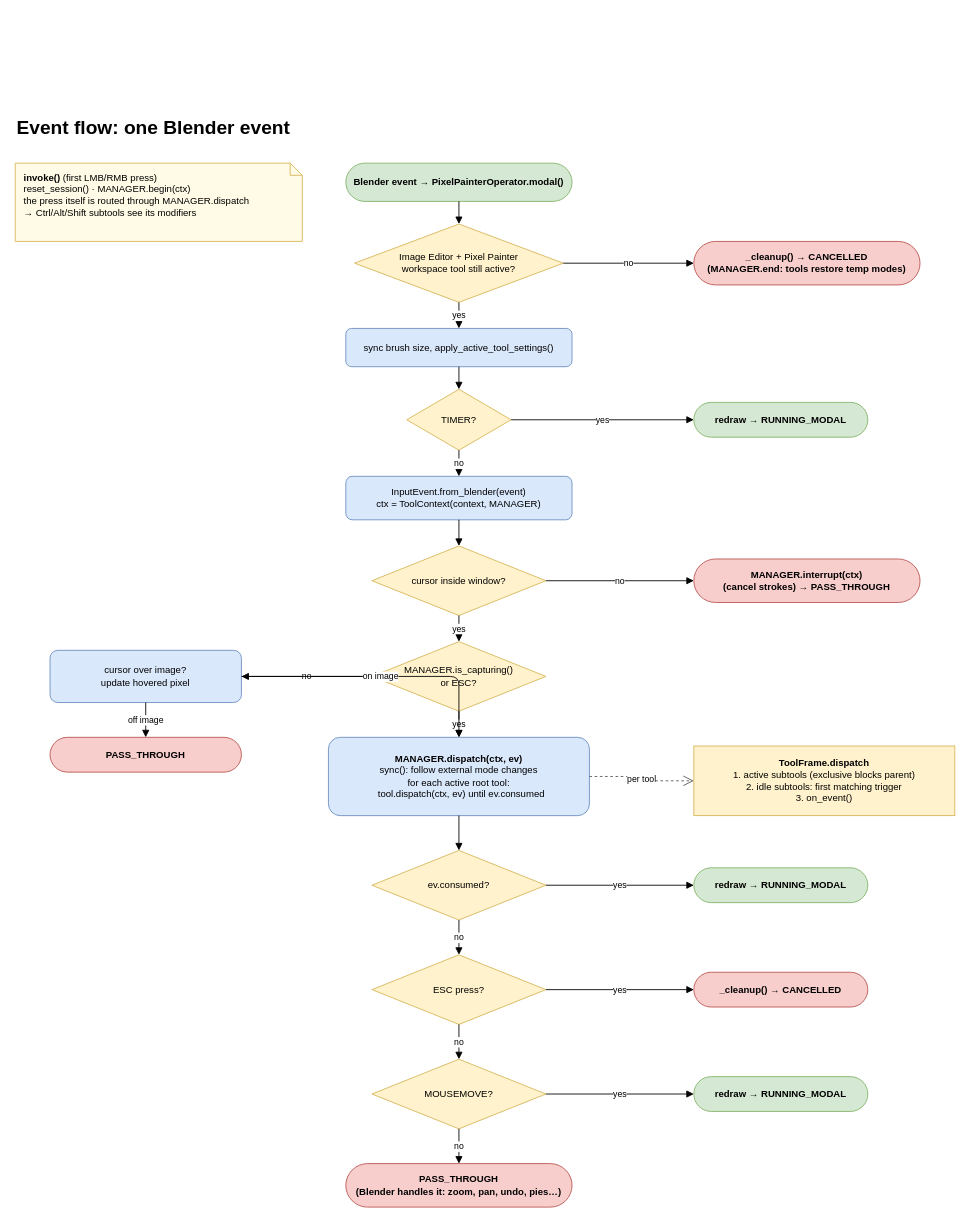
Earlier version of the draw.io diagram page "Event Flow" (4 of 4) of Architecture.drawio (AnimefanPostUP/APU_PixelPainter). Source tidied: cells renumbered, new cells numbered last; positions are measured from the earlier drawing's top-left corner, leaving out a move shared by most shapes. Both pictures are drawn from the tidied source at 87%, with x=0, y=0 at pixel (15, 110).
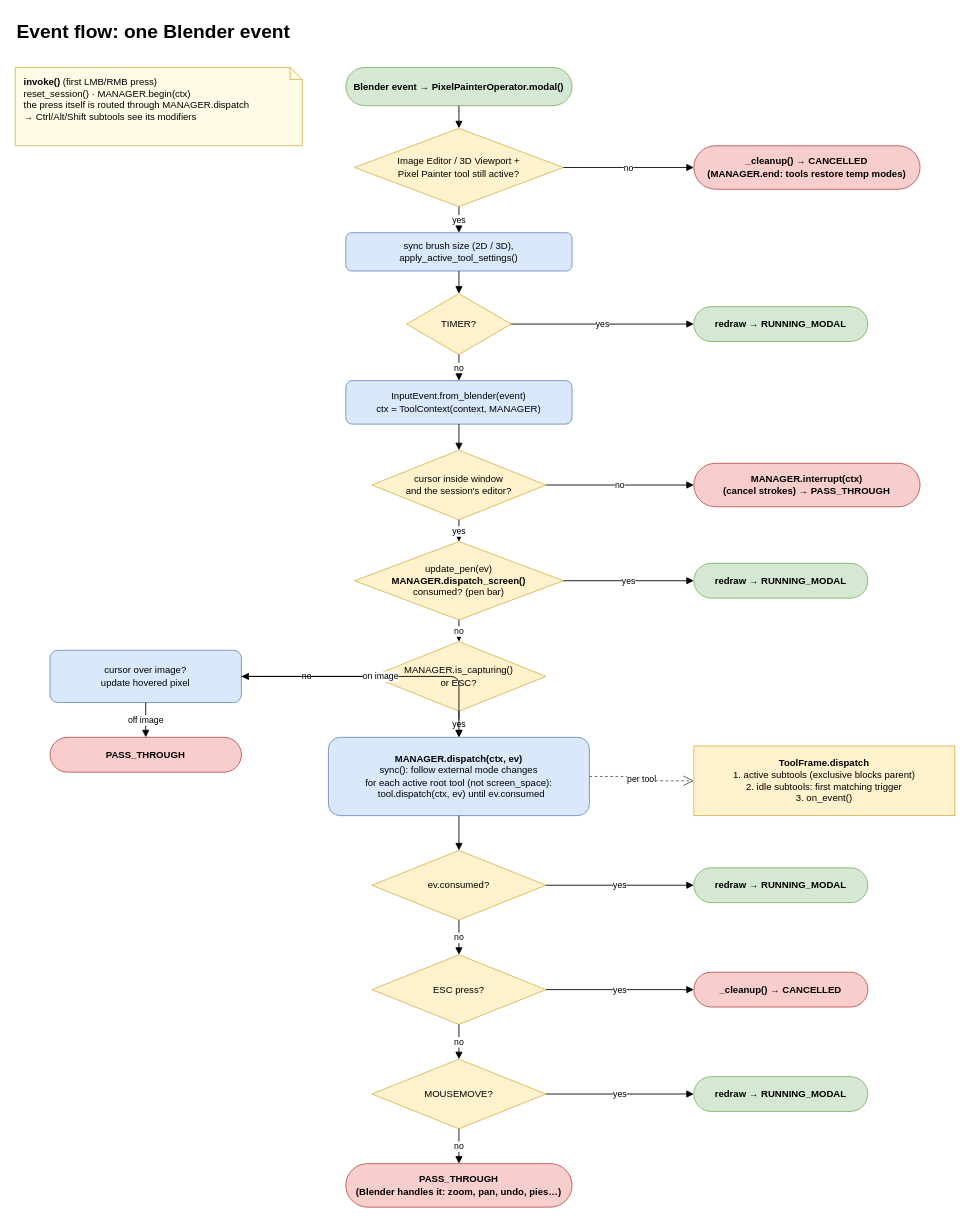
The same diagram, later.

Unchanged cells that the change refers to:
```xml
<mxCell id="12" value="MANAGER.is_capturing()&lt;br&gt;or ESC?" style="rhombus;whiteSpace=wrap;html=1;fillColor=#fff2cc;strokeColor=#d6b656;fontSize=11;" parent="1" vertex="1">
  <mxGeometry x="410" y="610" width="200" height="80" as="geometry" />
</mxCell>
```

Diff of the diagram source:
```diff
@@
     <mxCell id="2" value="Event flow: one Blender event" style="text;html=1;fontSize=22;fontStyle=1;align=left;verticalAlign=middle;" parent="1" vertex="1">
-      <mxGeometry width="800" height="40" as="geometry" />
+      <mxGeometry y="-110" width="800" height="40" as="geometry" />
     </mxCell>
     <mxCell id="3" value="Blender event → PixelPainterOperator.modal()" style="rounded=1;arcSize=50;whiteSpace=wrap;html=1;fillColor=#d5e8d4;strokeColor=#82b366;fontSize=11;fontStyle=1;" parent="1" vertex="1">
-      <mxGeometry x="380" y="60" width="260" height="44" as="geometry" />
+      <mxGeometry x="380" y="-50" width="260" height="44" as="geometry" />
     </mxCell>
-    <mxCell id="4" value="Image Editor + Pixel Painter&lt;br&gt;workspace tool still active?" style="rhombus;whiteSpace=wrap;html=1;fillColor=#fff2cc;strokeColor=#d6b656;fontSize=11;" parent="1" vertex="1">
-      <mxGeometry x="390" y="130" width="240" height="90" as="geometry" />
+    <mxCell id="4" value="Image Editor / 3D Viewport +&lt;br&gt;Pixel Painter tool still active?" style="rhombus;whiteSpace=wrap;html=1;fillColor=#fff2cc;strokeColor=#d6b656;fontSize=11;" parent="1" vertex="1">
+      <mxGeometry x="390" y="20" width="240" height="90" as="geometry" />
     </mxCell>
     <mxCell id="5" value="_cleanup() → CANCELLED&lt;br&gt;(MANAGER.end: tools restore temp modes)" style="rounded=1;arcSize=50;whiteSpace=wrap;html=1;fillColor=#f8cecc;strokeColor=#b85450;fontSize=11;fontStyle=1;" parent="1" vertex="1">
-      <mxGeometry x="780" y="150" width="260" height="50" as="geometry" />
+      <mxGeometry x="780" y="40" width="260" height="50" as="geometry" />
     </mxCell>
-    <mxCell id="6" value="sync brush size, apply_active_tool_settings()" style="rounded=1;whiteSpace=wrap;html=1;fillColor=#dae8fc;strokeColor=#6c8ebf;fontSize=11;" parent="1" vertex="1">
-      <mxGeometry x="380" y="250" width="260" height="44" as="geometry" />
+    <mxCell id="6" value="sync brush size (2D / 3D), apply_active_tool_settings()" style="rounded=1;whiteSpace=wrap;html=1;fillColor=#dae8fc;strokeColor=#6c8ebf;fontSize=11;" parent="1" vertex="1">
+      <mxGeometry x="380" y="140" width="260" height="44" as="geometry" />
     </mxCell>
     <mxCell id="7" value="TIMER?" style="rhombus;whiteSpace=wrap;html=1;fillColor=#fff2cc;strokeColor=#d6b656;fontSize=11;" parent="1" vertex="1">
-      <mxGeometry x="450" y="320" width="120" height="70" as="geometry" />
+      <mxGeometry x="450" y="210" width="120" height="70" as="geometry" />
     </mxCell>
     <mxCell id="8" value="redraw → RUNNING_MODAL" style="rounded=1;arcSize=50;whiteSpace=wrap;html=1;fillColor=#d5e8d4;strokeColor=#82b366;fontSize=11;fontStyle=1;" parent="1" vertex="1">
-      <mxGeometry x="780" y="335" width="200" height="40" as="geometry" />
+      <mxGeometry x="780" y="225" width="200" height="40" as="geometry" />
     </mxCell>
     <mxCell id="9" value="InputEvent.from_blender(event)&lt;br&gt;ctx = ToolContext(context, MANAGER)" style="rounded=1;whiteSpace=wrap;html=1;fillColor=#dae8fc;strokeColor=#6c8ebf;fontSize=11;" parent="1" vertex="1">
-      <mxGeometry x="380" y="420" width="260" height="50" as="geometry" />
+      <mxGeometry x="380" y="310" width="260" height="50" as="geometry" />
     </mxCell>
-    <mxCell id="10" value="cursor inside window?" style="rhombus;whiteSpace=wrap;html=1;fillColor=#fff2cc;strokeColor=#d6b656;fontSize=11;" parent="1" vertex="1">
-      <mxGeometry x="410" y="500" width="200" height="80" as="geometry" />
+    <mxCell id="10" value="cursor inside window&lt;br&gt;and the session's editor?" style="rhombus;whiteSpace=wrap;html=1;fillColor=#fff2cc;strokeColor=#d6b656;fontSize=11;" parent="1" vertex="1">
+      <mxGeometry x="410" y="390" width="200" height="80" as="geometry" />
     </mxCell>
     <mxCell id="11" value="MANAGER.interrupt(ctx)&lt;br&gt;(cancel strokes) → PASS_THROUGH" style="rounded=1;arcSize=50;whiteSpace=wrap;html=1;fillColor=#f8cecc;strokeColor=#b85450;fontSize=11;fontStyle=1;" parent="1" vertex="1">
-      <mxGeometry x="780" y="515" width="260" height="50" as="geometry" />
+      <mxGeometry x="780" y="405" width="260" height="50" as="geometry" />
     </mxCell>
@@
-    <mxCell id="15" value="&lt;b&gt;MANAGER.dispatch(ctx, ev)&lt;/b&gt;&lt;br&gt;sync(): follow external mode changes&lt;br&gt;for each active root tool:&lt;br&gt;&amp;nbsp;&amp;nbsp;tool.dispatch(ctx, ev) until ev.consumed" style="rounded=1;whiteSpace=wrap;html=1;fillColor=#dae8fc;strokeColor=#6c8ebf;fontSize=11;" parent="1" vertex="1">
+    <mxCell id="15" value="&lt;b&gt;MANAGER.dispatch(ctx, ev)&lt;/b&gt;&lt;br&gt;sync(): follow external mode changes&lt;br&gt;for each active root tool (not screen_space):&lt;br&gt;&amp;nbsp;&amp;nbsp;tool.dispatch(ctx, ev) until ev.consumed" style="rounded=1;whiteSpace=wrap;html=1;fillColor=#dae8fc;strokeColor=#6c8ebf;fontSize=11;" parent="1" vertex="1">
       <mxGeometry x="360" y="720" width="300" height="90" as="geometry" />
     </mxCell>
@@
-    <mxCell id="32" value="yes" style="endArrow=block;endFill=1;html=1;edgeStyle=orthogonalEdgeStyle;rounded=1;fontSize=10;" parent="1" edge="1" source="10" target="12">
+    <mxCell id="32" value="yes" style="endArrow=block;endFill=1;html=1;edgeStyle=orthogonalEdgeStyle;rounded=1;fontSize=10;" parent="1" edge="1" source="10" target="46">
       <mxGeometry relative="1" as="geometry" />
     </mxCell>
@@
     <mxCell id="45" value="&lt;b&gt;invoke()&lt;/b&gt; (first LMB/RMB press)&lt;br&gt;reset_session() · MANAGER.begin(ctx)&lt;br&gt;the press itself is routed through MANAGER.dispatch&lt;br&gt;→ Ctrl/Alt/Shift subtools see its modifiers" style="shape=note;whiteSpace=wrap;html=1;size=14;fillColor=#fffbe6;strokeColor=#d6b656;align=left;verticalAlign=top;spacingLeft=8;spacingTop=4;fontSize=11;" parent="1" vertex="1">
-      <mxGeometry y="60" width="330" height="90" as="geometry" />
+      <mxGeometry y="-50" width="330" height="90" as="geometry" />
     </mxCell>
+    <mxCell id="46" value="update_pen(ev)&lt;br&gt;&lt;b&gt;MANAGER.dispatch_screen()&lt;/b&gt;&lt;br&gt;consumed? (pen bar)" style="rhombus;whiteSpace=wrap;html=1;fillColor=#fff2cc;strokeColor=#d6b656;fontSize=11;" parent="1" vertex="1">
+      <mxGeometry x="390" y="495" width="240" height="90" as="geometry" />
+    </mxCell>
+    <mxCell id="47" value="redraw → RUNNING_MODAL" style="rounded=1;arcSize=50;whiteSpace=wrap;html=1;fillColor=#d5e8d4;strokeColor=#82b366;fontSize=11;fontStyle=1;" parent="1" vertex="1">
+      <mxGeometry x="780" y="520" width="200" height="40" as="geometry" />
+    </mxCell>
+    <mxCell id="48" value="yes" style="endArrow=block;endFill=1;html=1;edgeStyle=orthogonalEdgeStyle;rounded=1;fontSize=10;" parent="1" edge="1" source="46" target="47">
+      <mxGeometry relative="1" as="geometry" />
+    </mxCell>
+    <mxCell id="49" value="no" style="endArrow=block;endFill=1;html=1;edgeStyle=orthogonalEdgeStyle;rounded=1;fontSize=10;" parent="1" edge="1" source="46" target="12">
+      <mxGeometry relative="1" as="geometry" />
+    </mxCell>
```
